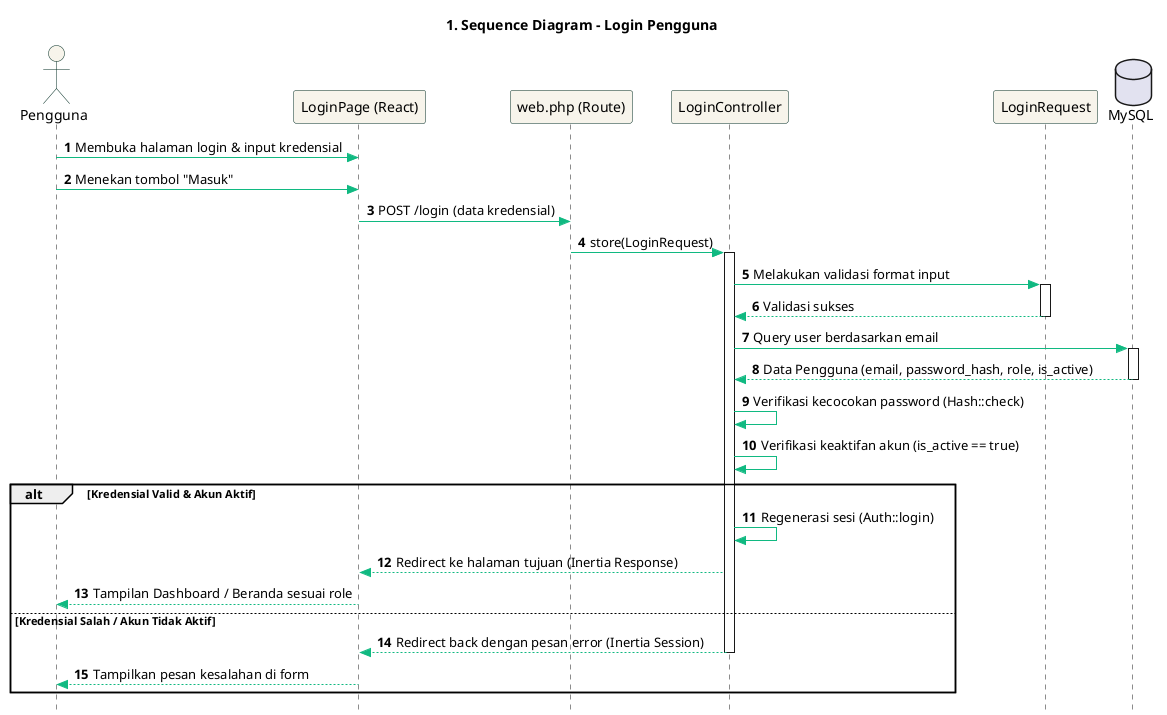
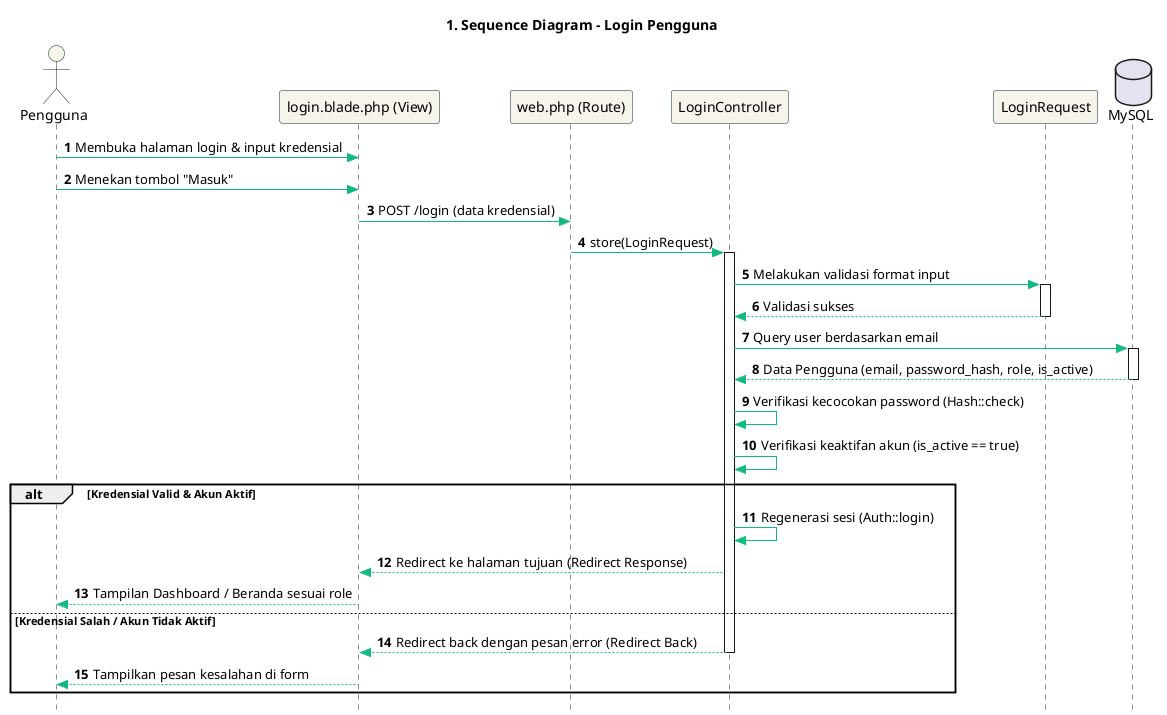
@startuml sequence-login
autonumber
skinparam Style strictuml
skinparam DefaultFontName "Plus Jakarta Sans"
skinparam ParticipantBackgroundColor #F7F4EB
skinparam ParticipantBorderColor #022C22
skinparam ActorBackgroundColor #F7F4EB
skinparam ActorBorderColor #022C22
skinparam ArrowColor #10B981

title 1. Sequence Diagram - Login Pengguna

actor "Pengguna" as User
- participant "LoginPage (React)" as Page
+ participant "login.blade.php (View)" as Page
participant "web.php (Route)" as Route
participant "LoginController" as Controller
participant "LoginRequest" as Request
database "MySQL" as DB

User -> Page : Membuka halaman login & input kredensial
User -> Page : Menekan tombol "Masuk"
Page -> Route : POST /login (data kredensial)
Route -> Controller : store(LoginRequest)
activate Controller

Controller -> Request : Melakukan validasi format input
activate Request
Request --> Controller : Validasi sukses
deactivate Request

Controller -> DB : Query user berdasarkan email
activate DB
DB --> Controller : Data Pengguna (email, password_hash, role, is_active)
deactivate DB

Controller -> Controller : Verifikasi kecocokan password (Hash::check)
Controller -> Controller : Verifikasi keaktifan akun (is_active == true)

alt Kredensial Valid & Akun Aktif
    Controller -> Controller : Regenerasi sesi (Auth::login)
-     Controller --> Page : Redirect ke halaman tujuan (Inertia Response)
+     Controller --> Page : Redirect ke halaman tujuan (Redirect Response)
    Page --> User : Tampilan Dashboard / Beranda sesuai role
else Kredensial Salah / Akun Tidak Aktif
-     Controller --> Page : Redirect back dengan pesan error (Inertia Session)
+     Controller --> Page : Redirect back dengan pesan error (Redirect Back)
    deactivate Controller
    Page --> User : Tampilkan pesan kesalahan di form
end
@enduml

' ==========================================

@startuml sequence-add-to-cart
autonumber
skinparam Style strictuml
skinparam DefaultFontName "Plus Jakarta Sans"
skinparam ParticipantBackgroundColor #F7F4EB
skinparam ParticipantBorderColor #022C22
skinparam ActorBackgroundColor #F7F4EB
skinparam ActorBorderColor #022C22
skinparam ArrowColor #10B981

title 2. Sequence Diagram - Memasukkan Produk Ke Keranjang

actor "Pelanggan" as User
- participant "ProductDetail (React)" as Page
+ participant "catalogue/show.blade.php (View)" as Page
participant "web.php (Route)" as Route
participant "CartController" as Controller
participant "CartItemRequest" as Request
participant "Product (Model)" as ModelProduct
participant "Cart (Model)" as ModelCart
database "MySQL" as DB

User -> Page : Menentukan jumlah & klik "Masukkan Ke Keranjang"
Page -> Route : POST /keranjang (product_id, quantity)
Route -> Controller : store(CartItemRequest)
activate Controller

Controller -> Request : Validasi request
activate Request
Request --> Controller : Validasi sukses
deactivate Request

Controller -> ModelProduct : findOrFail(product_id)
activate ModelProduct
ModelProduct -> DB : Query data produk
activate DB
DB --> ModelProduct : Data Produk (harga, stok, status)
deactivate DB
ModelProduct --> Controller : Objek Produk
deactivate ModelProduct

Controller -> Controller : Verifikasi quantity <= stok produk

Controller -> DB : DB::transaction()
activate DB

Controller -> ModelCart : firstOrCreate(['user_id' => auth_id])
activate ModelCart
ModelCart -> DB : Query / Insert keranjang milik user
DB --> ModelCart : Objek Keranjang
ModelCart --> Controller : Objek Keranjang
deactivate ModelCart

Controller -> DB : Query item duplikat di keranjang (`cart_items`)
DB --> Controller : Data item keranjang (jika ada)

alt Produk Sudah Ada di Keranjang
    Controller -> Controller : Hitung akumulasi quantity & subtotal baru
    Controller -> DB : UPDATE `cart_items` (quantity, subtotal)
else Produk Baru
    Controller -> DB : INSERT `cart_items` (cart_id, product_id, quantity, unit_price, subtotal)
end

Controller -> DB : Commit Transaction
deactivate DB

- Controller --> Page : Redirect ke /keranjang (Inertia Response)
+ Controller --> Page : Redirect ke /keranjang (Redirect Response)
deactivate Controller
Page --> User : Tampilan halaman Keranjang Belanja terupdate
@enduml

' ==========================================

@startuml sequence-checkout
autonumber
skinparam Style strictuml
skinparam DefaultFontName "Plus Jakarta Sans"
skinparam ParticipantBackgroundColor #F7F4EB
skinparam ParticipantBorderColor #022C22
skinparam ActorBackgroundColor #F7F4EB
skinparam ActorBorderColor #022C22
skinparam ArrowColor #10B981

title 3. Sequence Diagram - Proses Checkout Pesanan

actor "Pelanggan" as User
- participant "CheckoutPage (React)" as Page
+ participant "checkout.blade.php (View)" as Page
participant "web.php (Route)" as Route
participant "CheckoutController" as Controller
participant "CheckoutRequest" as Request
participant "Product (Model)" as ModelProduct
participant "Order (Model)" as ModelOrder
database "MySQL" as DB

User -> Page : Mengisi formulir pengiriman & klik "Konfirmasi Pesanan"
Page -> Route : POST /checkout (data pengiriman)
Route -> Controller : store(CheckoutRequest)
activate Controller

Controller -> Request : Validasi input pengiriman
activate Request
Request --> Controller : Validasi sukses
deactivate Request

Controller -> DB : DB::transaction()
activate DB

Controller -> ModelProduct : lockForUpdate()->whereIn(product_ids)->get()
activate ModelProduct
ModelProduct -> DB : SELECT ... FOR UPDATE (mengunci baris produk)
DB --> ModelProduct : Kumpulan Data Produk Terkunci
ModelProduct --> Controller : Kumpulan Objek Produk
deactivate ModelProduct

Controller -> Controller : Validasi ketersediaan stok fisik produk\ndan kecocokan harga satuan aktual

alt Stok Tidak Cukup / Harga Berubah
    Controller -> DB : Rollback Transaction
-     Controller --> Page : Redirect back dengan pesan error stok
+     Controller --> Page : Redirect back dengan pesan error stok (Redirect Back)
    Page --> User : Tampilkan pesan error di Keranjang Belanja
else Stok Cukup
    Controller -> DB : Query pesanan hari ini untuk sequence nomor
    DB --> Controller : Data pesanan terakhir
    Controller -> Controller : Generate nomor pesanan (`LJ-YYYYMMDD-XXXX`)

    Controller -> ModelOrder : create(data_order)
    activate ModelOrder
    ModelOrder -> DB : INSERT `orders` (status = 'pending_payment')
    DB --> ModelOrder : Objek Pesanan Baru
    ModelOrder --> Controller : Objek Pesanan Baru
    deactivate ModelOrder

    Controller -> DB : INSERT `order_items` (menyalin snapshot produk & harga)
    Controller -> DB : DELETE `cart_items` (mengosongkan keranjang)
    Controller -> DB : INSERT `order_status_histories` (catat status pending_payment)

    Controller -> DB : Commit Transaction
    deactivate DB

    Controller --> Page : Redirect ke /checkout/sukses/{orderNumber}
    deactivate Controller
    Page --> User : Tampilkan halaman sukses checkout & panduan rekening bank
end
@enduml

' ==========================================

@startuml sequence-upload-payment
autonumber
skinparam Style strictuml
skinparam DefaultFontName "Plus Jakarta Sans"
skinparam ParticipantBackgroundColor #F7F4EB
skinparam ParticipantBorderColor #022C22
skinparam ActorBackgroundColor #F7F4EB
skinparam ActorBorderColor #022C22
skinparam ArrowColor #10B981

title 4. Sequence Diagram - Mengunggah Bukti Pembayaran

actor "Pelanggan" as User
- participant "PaymentUpload (React)" as Page
+ participant "payments/create.blade.php (View)" as Page
participant "web.php (Route)" as Route
participant "PaymentController" as Controller
participant "PaymentRequest" as Request
participant "Payment (Model)" as ModelPayment
database "MySQL" as DB

User -> Page : Memilih file bukti transfer & isi formulir bank
User -> Page : Menekan tombol "Kirim Pembayaran"
Page -> Route : POST /pesanan/{orderNumber}/pembayaran (data bukti)
Route -> Controller : store(orderNumber, PaymentRequest)
activate Controller

Controller -> Request : Validasi format gambar (<2MB) & input teks
activate Request
Request --> Controller : Validasi sukses
deactivate Request

Controller -> Controller : Validasi kepemilikan pesanan (auth_id == order->user_id)

Controller -> DB : DB::transaction()
activate DB

Controller -> Controller : Simpan file bukti ke folder `public/payment_proofs/`

alt Mengunggah Bukti Pertama Kali
    Controller -> ModelPayment : create(data_pembayaran)
    activate ModelPayment
    ModelPayment -> DB : INSERT `payments` (status = 'waiting_verification')
    ModelPayment --> Controller : Objek Pembayaran
    deactivate ModelPayment
else Unggah Ulang Karena Ditolak
    Controller -> Controller : Hapus berkas bukti transfer lama dari disk server
    Controller -> DB : UPDATE `payments` (bukti baru, status = 'waiting_verification')
end

Controller -> DB : UPDATE `orders` SET order_status = 'waiting_verification'
Controller -> DB : INSERT `order_status_histories` (catat waiting_verification)
Controller -> DB : Commit Transaction
deactivate DB

- Controller --> Page : Redirect ke detail pesanan (Inertia Response)
+ Controller --> Page : Redirect ke detail pesanan (Redirect Response)
deactivate Controller
Page --> User : Tampilan status pesanan berubah menjadi "Menunggu Verifikasi"
@enduml

' ==========================================

@startuml sequence-payment-verification
autonumber
skinparam Style strictuml
skinparam DefaultFontName "Plus Jakarta Sans"
skinparam ParticipantBackgroundColor #F7F4EB
skinparam ParticipantBorderColor #022C22
skinparam ActorBackgroundColor #F7F4EB
skinparam ActorBorderColor #022C22
skinparam ArrowColor #10B981

title 5. Sequence Diagram - Verifikasi Pembayaran (Oleh Operator/Admin)

actor "Operator / Admin" as User
- participant "OrderDetail (React)" as Page
+ participant "operator/orders/show.blade.php (View)" as Page
participant "web.php (Route)" as Route
participant "OperatorOrderController" as Controller
participant "Product (Model)" as ModelProduct
database "MySQL" as DB

User -> Page : Memeriksa mutasi bank & menekan tombol "Verifikasi Pembayaran"
Page -> Route : POST /kelola/pesanan/{orderNumber}/verifikasi-pembayaran
Route -> Controller : verifyPayment(orderNumber)
activate Controller

Controller -> DB : DB::transaction()
activate DB

Controller -> ModelProduct : lockForUpdate()->whereIn(order_items)->get()
activate ModelProduct
ModelProduct -> DB : SELECT ... FOR UPDATE (mengunci baris produk pesanan)
DB --> ModelProduct : Kumpulan Data Produk Terkunci
ModelProduct --> Controller : Kumpulan Objek Produk
deactivate ModelProduct

Controller -> Controller : Validasi kecukupan stok produk fisik

alt Stok Habis
    Controller -> DB : Rollback Transaction
    Controller --> Page : Redirect back dengan pesan error stok
    Page --> User : Tampilkan notifikasi kegagalan verifikasi (stok habis)
else Stok Cukup
    Controller -> DB : UPDATE `payments` SET verification_status = 'verified'
    Controller -> DB : UPDATE `orders` SET order_status = 'paid'
    Controller -> DB : UPDATE `products` SET stock = stock - quantity (potong stok otomatis)
    Controller -> DB : INSERT `stock_movements` (catat tipe mutasi 'out' dengan ref_id pesanan)
    Controller -> DB : INSERT `order_status_histories` (catat status 'paid')

    Controller -> DB : Commit Transaction
    deactivate DB

-     Controller --> Page : Redirect back (Inertia Response)
+     Controller --> Page : Redirect back (Redirect Response)
    deactivate Controller
    Page --> User : Tampilan status pesanan berubah menjadi "Lunas (Paid)"
end
@enduml

' ==========================================

@startuml sequence-order-status-update
autonumber
skinparam Style strictuml
skinparam DefaultFontName "Plus Jakarta Sans"
skinparam ParticipantBackgroundColor #F7F4EB
skinparam ParticipantBorderColor #022C22
skinparam ActorBackgroundColor #F7F4EB
skinparam ActorBorderColor #022C22
skinparam ArrowColor #10B981

title 6. Sequence Diagram - Pengelolaan Status Pesanan

actor "Operator / Admin" as User
- participant "OrderDetail (React)" as Page
+ participant "operator/orders/show.blade.php (View)" as Page
participant "web.php (Route)" as Route
participant "OperatorOrderController" as Controller
participant "Order (Model)" as ModelOrder
database "MySQL" as DB

User -> Page : Memilih status baru pada dropdown & klik "Perbarui Status"
Page -> Route : PUT /kelola/pesanan/{orderNumber}/status (status_baru, catatan)
Route -> Controller : updateStatus(orderNumber, Request)
activate Controller

Controller -> Controller : Validasi kewenangan peran (Operator/Admin)

Controller -> ModelOrder : where('order_number', orderNumber)->firstOrFail()
activate ModelOrder
ModelOrder -> DB : Query data pesanan
DB --> ModelOrder : Objek Pesanan
ModelOrder --> Controller : Objek Pesanan
deactivate ModelOrder

Controller -> Controller : Validasi keabsahan alur transisi status\n(contoh: dari 'paid' wajib ke 'processing')

alt Transisi Tidak Sah
-     Controller --> Page : Redirect back dengan pesan error transisi ilegal
+     Controller --> Page : Redirect back dengan pesan error transisi ilegal (Redirect Back)
    Page --> User : Tampilkan peringatan alur tidak sesuai
else Transisi Sah
    Controller -> DB : DB::transaction()
    activate DB

    Controller -> DB : UPDATE `orders` SET order_status = status_baru

    alt Status == 'completed'
        Controller -> DB : UPDATE `orders` SET completed_at = now()
    end

    Controller -> DB : INSERT `order_status_histories` (catat status baru & operator_id)
    Controller -> DB : Commit Transaction
    deactivate DB

-     Controller --> Page : Redirect back (Inertia Response)
+     Controller --> Page : Redirect back (Redirect Response)
    deactivate Controller
    Page --> User : Tampilan lini masa status terupdate secara dinamis
end
@enduml

' ==========================================

@startuml sequence-product-creation
autonumber
skinparam Style strictuml
skinparam DefaultFontName "Plus Jakarta Sans"
skinparam ParticipantBackgroundColor #F7F4EB
skinparam ParticipantBorderColor #022C22
skinparam ActorBackgroundColor #F7F4EB
skinparam ActorBorderColor #022C22
skinparam ArrowColor #10B981

title 7. Sequence Diagram - Tambah Produk Baru (Admin CRUD)

actor "Administrator" as User
- participant "ProductForm (React)" as Page
+ participant "admin/products/form.blade.php (View)" as Page
participant "web.php (Route)" as Route
participant "ProductController" as Controller
participant "ProductRequest" as Request
participant "ProductPolicy" as Policy
participant "Product (Model)" as ModelProduct
database "MySQL" as DB

User -> Page : Mengisi form produk & mengunggah foto bunga
User -> Page : Menekan tombol "Simpan"
Page -> Route : POST /admin/produk (data produk)
Route -> Controller : store(ProductRequest)
activate Controller

Controller -> Request : Validasi input form (harga, stok, format gambar)
activate Request
Request --> Controller : Validasi sukses
deactivate Request

Controller -> Policy : authorize('create', Product::class)
activate Policy
Policy --> Controller : Diizinkan (User adalah Admin)
deactivate Policy

Controller -> Controller : Unggah foto produk ke disk server (`storage/app/public/products/`)

Controller -> ModelProduct : create(data_produk_dan_foto)
activate ModelProduct
ModelProduct -> DB : INSERT `products` (nama, price, stock, image_path, is_active)
DB --> ModelProduct : Objek Produk Baru
ModelProduct --> Controller : Objek Produk Baru
deactivate ModelProduct

- Controller --> Page : Redirect ke /admin/produk dengan flash success
+ Controller --> Page : Redirect ke /admin/produk dengan flash success (Redirect Response)
deactivate Controller
Page --> User : Tampilkan daftar produk terbaru dengan baris baru tersemat
@enduml

' ==========================================

@startuml sequence-stock-adjustment
autonumber
skinparam Style strictuml
skinparam DefaultFontName "Plus Jakarta Sans"
skinparam ParticipantBackgroundColor #F7F4EB
skinparam ParticipantBorderColor #022C22
skinparam ActorBackgroundColor #F7F4EB
skinparam ActorBorderColor #022C22
skinparam ArrowColor #10B981

title 8. Sequence Diagram - Penyesuaian Stok Bunga (Manual)

actor "Operator / Admin" as User
- participant "StockOverview (React)" as Page
+ participant "operator/stock/index.blade.php (View)" as Page
participant "web.php (Route)" as Route
participant "StockController" as Controller
participant "Product (Model)" as ModelProduct
database "MySQL" as DB

User -> Page : Memilih tambah/kurang stok, isi kuantitas & alasan
User -> Page : Menekan tombol "Simpan Penyesuaian"
Page -> Route : POST /kelola/stok/penyesuaian (product_id, tipe, jumlah, catatan)
Route -> Controller : adjust(Request)
activate Controller

Controller -> Controller : Validasi input (catatan wajib, jumlah > 0)

Controller -> DB : DB::transaction()
activate DB

Controller -> ModelProduct : lockForUpdate()->findOrFail(product_id)
activate ModelProduct
ModelProduct -> DB : SELECT ... FOR UPDATE (kunci baris produk)
DB --> ModelProduct : Objek Produk Terkunci
ModelProduct --> Controller : Objek Produk Terkunci
deactivate ModelProduct

Controller -> Controller : Hitung kalkulasi stok akhir (sebelum +/- selisih)

alt Stok Akhir Negatif (< 0)
    Controller -> DB : Rollback Transaction
-     Controller --> Page : Redirect back dengan pesan error stok negatif
+     Controller --> Page : Redirect back dengan pesan error stok negatif (Redirect Back)
    Page --> User : Tampilkan notifikasi "Penyesuaian dibatalkan, stok tidak boleh < 0"
else Stok Akhir Valid
    Controller -> DB : UPDATE `products` SET stock = stok_akhir
    Controller -> DB : INSERT `stock_movements` (catat tipe 'adjustment', log audit, & staff_id)
    Controller -> DB : Commit Transaction
    deactivate DB

-     Controller --> Page : Redirect back (Inertia Response)
+     Controller --> Page : Redirect back (Redirect Response)
    deactivate Controller
    Page --> User : Tampilan jumlah stok & tabel histori log mutasi terupdate
end
@enduml

' ==========================================

@startuml sequence-report-generation
autonumber
skinparam Style strictuml
skinparam DefaultFontName "Plus Jakarta Sans"
skinparam ParticipantBackgroundColor #F7F4EB
skinparam ParticipantBorderColor #022C22
skinparam ActorBackgroundColor #F7F4EB
skinparam ActorBorderColor #022C22
skinparam ArrowColor #10B981

title 9. Sequence Diagram - Penyaringan Laporan Keuangan

actor "Administrator" as User
- participant "SalesReport (React)" as Page
+ participant "admin/reports/index.blade.php (View)" as Page
participant "web.php (Route)" as Route
participant "ReportController" as Controller
database "MySQL" as DB

User -> Page : Menentukan filter tanggal/status & klik "Terapkan Filter"
Page -> Route : GET /admin/laporan (tanggal_mulai, tanggal_selesai, status)
Route -> Controller : index(Request)
activate Controller

Controller -> Controller : Validasi kewenangan peran (Admin Only)

Controller -> DB : Query tabel `orders` terfilter & menghitung metrik keuangan\n(total omset lunas, jumlah transaksi, produk terlaris)
activate DB
DB --> Controller : Kumpulan data transaksi & agregasi metrik
deactivate DB

- Controller --> Page : Render komponen SalesReport (Inertia Response Props)
+ Controller --> Page : Kembalikan HTML View terfilter (HTML Response)
deactivate Controller
- Page --> User : Perbarui tampilan grafik area Recharts & tabel rincian transaksi di layar
- @enduml
+ Page --> User : Perbarui tampilan grafik SVG CSS & tabel rincian transaksi di layar
+ @enduml
